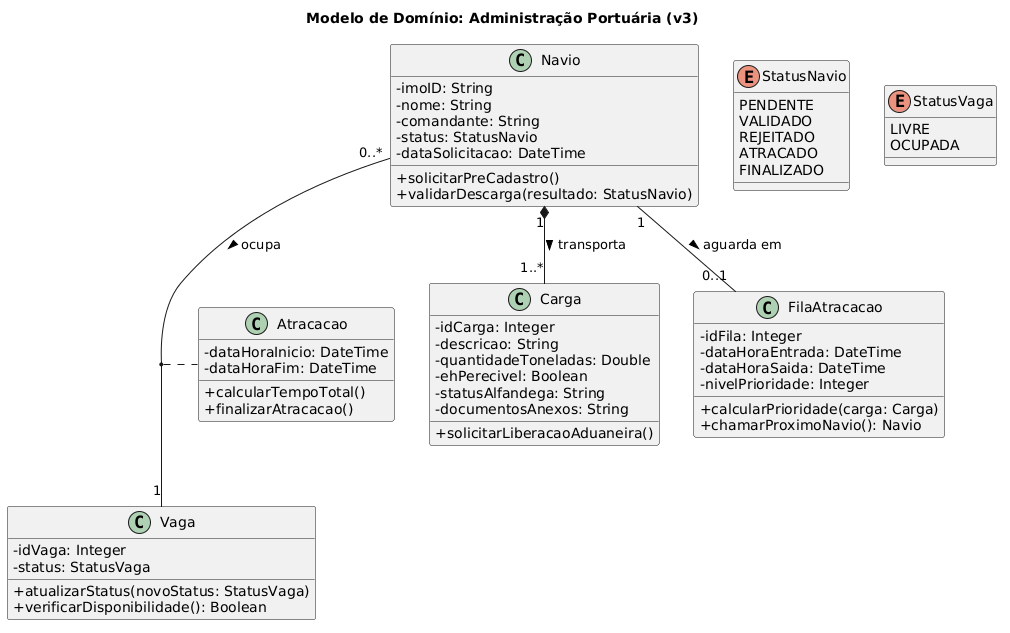
This is Docs/Diagramas/Imagens/Classes.png from Lucas2Araujo/App_ADMPortuaria, a PlantUML export, as it was before one commit. The source it was exported from:
```plantuml
@startuml
title Modelo de Domínio: Administração Portuária (v3)
skinparam classAttributeIconSize 0
enum StatusNavio {
  PENDENTE
  VALIDADO
  REJEITADO
  ATRACADO
  FINALIZADO
}

enum StatusVaga {
  LIVRE
  OCUPADA
}

class Navio {
- imoID: String
  - nome: String
  - comandante: String
  - status: StatusNavio
  - dataSolicitacao: DateTime
  + solicitarPreCadastro()
  + validarDescarga(resultado: StatusNavio)
}

class Carga {
  - idCarga: Integer
  - descricao: String
  - quantidadeToneladas: Double
  - ehPerecivel: Boolean
  - statusAlfandega: String
  - documentosAnexos: String
  + solicitarLiberacaoAduaneira()
}

class Vaga {
  - idVaga: Integer
  - status: StatusVaga
  + atualizarStatus(novoStatus: StatusVaga)
  + verificarDisponibilidade(): Boolean
}

class FilaAtracacao {
  - idFila: Integer
  - dataHoraEntrada: DateTime
  - dataHoraSaida: DateTime
  - nivelPrioridade: Integer
  + calcularPrioridade(carga: Carga)
  + chamarProximoNavio(): Navio
}

class Atracacao {
  - dataHoraInicio: DateTime
  - dataHoraFim: DateTime
  + calcularTempoTotal()
  + finalizarAtracacao()
}

Navio "1" *-- "1..*" Carga : transporta >
Navio "0..*" -- "1" Vaga : ocupa >
(Navio, Vaga) .. Atracacao
Navio "1" -- "0..1" FilaAtracacao : aguarda em >
@enduml
```
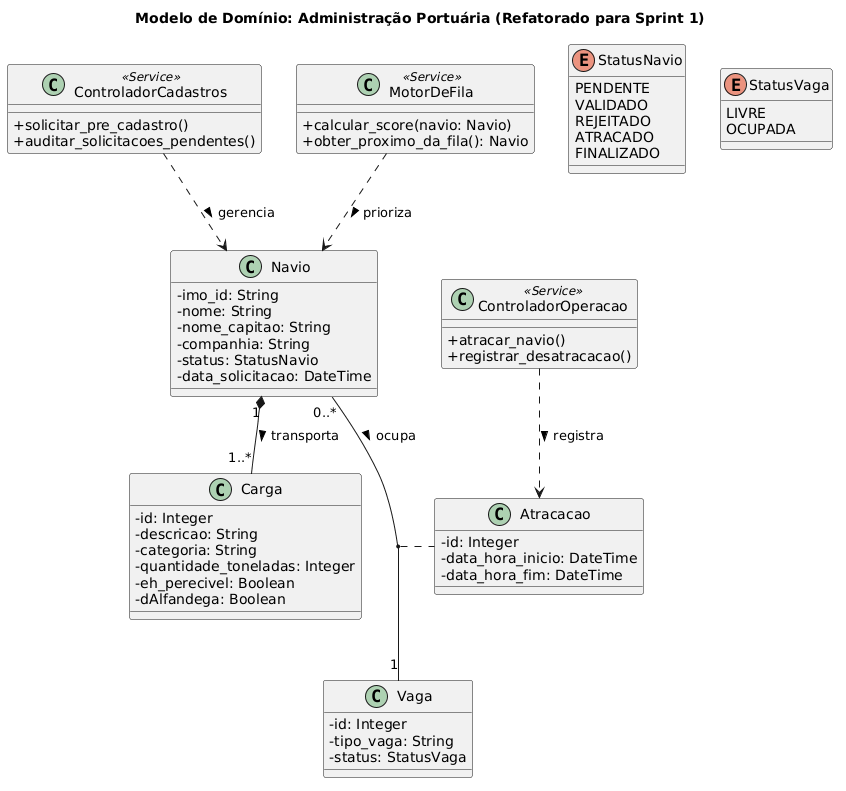
The same file after the commit.

The edit, as a diff of the source:
```diff
@@ -1,6 +1,7 @@
 @startuml
-title Modelo de Domínio: Administração Portuária (v3)
+title Modelo de Domínio: Administração Portuária (Refatorado para Sprint 1)
 skinparam classAttributeIconSize 0
+
 enum StatusNavio {
   PENDENTE
   VALIDADO
@@ -15,50 +16,55 @@
 }
 
 class Navio {
-- imoID: String
+  - imo_id: String
   - nome: String
-  - comandante: String
+  - nome_capitao: String
+  - companhia: String
   - status: StatusNavio
-  - dataSolicitacao: DateTime
-  + solicitarPreCadastro()
-  + validarDescarga(resultado: StatusNavio)
+  - data_solicitacao: DateTime
 }
 
 class Carga {
-  - idCarga: Integer
+  - id: Integer
   - descricao: String
-  - quantidadeToneladas: Double
-  - ehPerecivel: Boolean
-  - statusAlfandega: String
-  - documentosAnexos: String
-  + solicitarLiberacaoAduaneira()
+  - categoria: String
+  - quantidade_toneladas: Integer
+  - eh_perecivel: Boolean
+  - dAlfandega: Boolean
 }
 
 class Vaga {
-  - idVaga: Integer
+  - id: Integer
+  - tipo_vaga: String
   - status: StatusVaga
-  + atualizarStatus(novoStatus: StatusVaga)
-  + verificarDisponibilidade(): Boolean
-}
-
-class FilaAtracacao {
-  - idFila: Integer
-  - dataHoraEntrada: DateTime
-  - dataHoraSaida: DateTime
-  - nivelPrioridade: Integer
-  + calcularPrioridade(carga: Carga)
-  + chamarProximoNavio(): Navio
 }
 
 class Atracacao {
-  - dataHoraInicio: DateTime
-  - dataHoraFim: DateTime
-  + calcularTempoTotal()
-  + finalizarAtracacao()
+  - id: Integer
+  - data_hora_inicio: DateTime
+  - data_hora_fim: DateTime
+}
+
+class ControladorCadastros <<Service>> {
+  + solicitar_pre_cadastro()
+  + auditar_solicitacoes_pendentes()
+}
+
+class MotorDeFila <<Service>> {
+  + calcular_score(navio: Navio)
+  + obter_proximo_da_fila(): Navio
+}
+
+class ControladorOperacao <<Service>> {
+  + atracar_navio()
+  + registrar_desatracacao()
 }
 
 Navio "1" *-- "1..*" Carga : transporta >
 Navio "0..*" -- "1" Vaga : ocupa >
 (Navio, Vaga) .. Atracacao
-Navio "1" -- "0..1" FilaAtracacao : aguarda em >
+
+ControladorCadastros ..> Navio : gerencia >
+MotorDeFila ..> Navio : prioriza >
+ControladorOperacao ..> Atracacao : registra >
 @enduml
```
